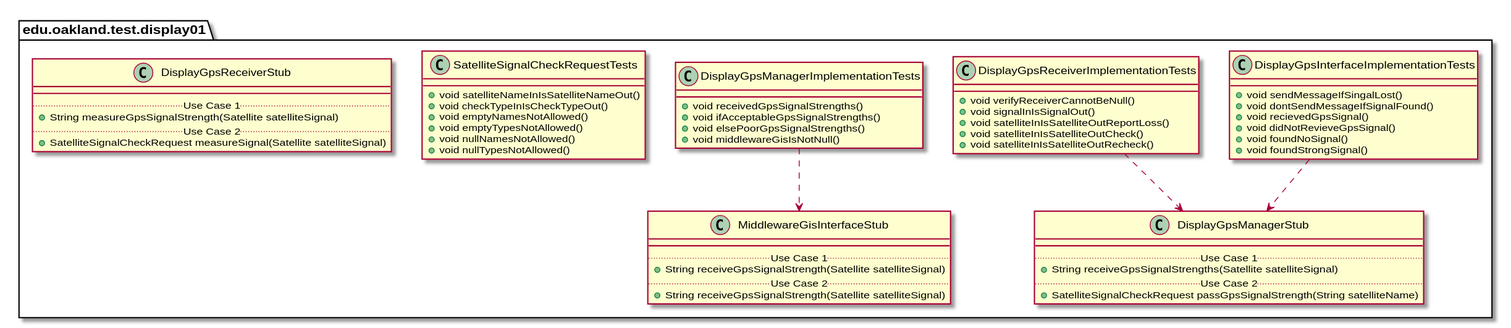
This is docs/uml-class-diagrams/display01/test/Display01TestPackage_InternalDependencies.svg from andrewdimmer/csi-3370-software-project, a PlantUML export, as it was before one commit. Source of this version:
```plantuml
@startuml Display01TestPackage_InternalDependencies

package edu.oakland.test.display01 {

}


package edu.oakland.test.display01 {
    class DisplayGpsInterfaceImplementationTests {
      + void sendMessageIfSingalLost()
      + void dontSendMessageIfSignalFound()
      + void recievedGpsSignal()
      + void didNotRevieveGpsSignal()
      + void foundNoSignal()
      + void foundStrongSignal()
    }
}



package edu.oakland.test.display01 {
    class DisplayGpsManagerStub {
        __
        .. Use Case 1 ..
        + String receiveGpsSignalStrengths(Satellite satelliteSignal)
        .. Use Case 2 ..
        + SatelliteSignalCheckRequest passGpsSignalStrength(String satelliteName)
    }
}

DisplayGpsInterfaceImplementationTests ..> DisplayGpsManagerStub

package edu.oakland.test.display01 {
    class DisplayGpsReceiverImplementationTests {
        + void verifyReceiverCannotBeNull()
        + void signalInIsSignalOut()
        + void satelliteInIsSatelliteOutReportLoss()
        + void satelliteInIsSatelliteOutCheck()
        + void satelliteInIsSatelliteOutRecheck()
    }
}


DisplayGpsReceiverImplementationTests ..> DisplayGpsManagerStub

package edu.oakland.test.display01 {
    class DisplayGpsManagerImplementationTests {
        + void receivedGpsSignalStrengths()
        + void ifAcceptableGpsSignalStrengths()
        + void elsePoorGpsSignalStrengths()
        + void middlewareGisIsNotNull()
    }
}



package edu.oakland.test.display01 {
    class MiddlewareGisInterfaceStub {
        __
        .. Use Case 1 ..
        + String receiveGpsSignalStrength(Satellite satelliteSignal)
        .. Use Case 2 ..
        + String receiveGpsSignalStrength(Satellite satelliteSignal)
    }
}

DisplayGpsManagerImplementationTests ..> MiddlewareGisInterfaceStub

package edu.oakland.test.display01 {
  class SatelliteSignalCheckRequestTests {
    + void satelliteNameInIsSatelliteNameOut()
    + void checkTypeInIsCheckTypeOut()
    + void emptyNamesNotAllowed()
    + void emptyTypesNotAllowed()
    + void nullNamesNotAllowed()
    + void nullTypesNotAllowed()
  }
}


package edu.oakland.test.display01 {
    class DisplayGpsReceiverStub {
        __
        .. Use Case 1 ..
        + String measureGpsSignalStrength(Satellite satelliteSignal)
        .. Use Case 2 ..
        + SatelliteSignalCheckRequest measureSignal(Satellite satelliteSignal)
    }
}


@enduml
```
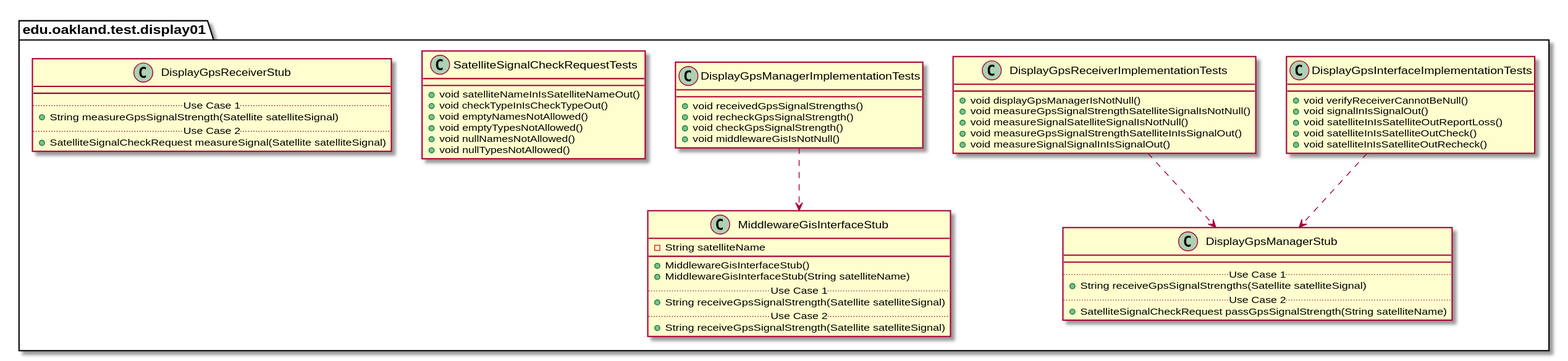
Above is the later version.

The edit, as a diff of the source:
```diff
@@ -7,12 +7,11 @@
 
 package edu.oakland.test.display01 {
     class DisplayGpsInterfaceImplementationTests {
-      + void sendMessageIfSingalLost()
-      + void dontSendMessageIfSignalFound()
-      + void recievedGpsSignal()
-      + void didNotRevieveGpsSignal()
-      + void foundNoSignal()
-      + void foundStrongSignal()
+      + void verifyReceiverCannotBeNull()
+      + void signalInIsSignalOut()
+      + void satelliteInIsSatelliteOutReportLoss()
+      + void satelliteInIsSatelliteOutCheck()
+      + void satelliteInIsSatelliteOutRecheck()
     }
 }
 
@@ -32,11 +31,11 @@
 
 package edu.oakland.test.display01 {
     class DisplayGpsReceiverImplementationTests {
-        + void verifyReceiverCannotBeNull()
-        + void signalInIsSignalOut()
-        + void satelliteInIsSatelliteOutReportLoss()
-        + void satelliteInIsSatelliteOutCheck()
-        + void satelliteInIsSatelliteOutRecheck()
+        + void displayGpsManagerIsNotNull()
+        + void measureGpsSignalStrengthSatelliteSignalIsNotNull()
+        + void measureSignalSatelliteSignalIsNotNull()
+        + void measureGpsSignalStrengthSatelliteInIsSignalOut()
+        + void measureSignalSignalInIsSignalOut()
     }
 }
 
@@ -46,8 +45,8 @@
 package edu.oakland.test.display01 {
     class DisplayGpsManagerImplementationTests {
         + void receivedGpsSignalStrengths()
-        + void ifAcceptableGpsSignalStrengths()
-        + void elsePoorGpsSignalStrengths()
+        + void recheckGpsSignalStrength()
+        + void checkGpsSignalStrength()
         + void middlewareGisIsNotNull()
     }
 }
@@ -56,7 +55,10 @@
 
 package edu.oakland.test.display01 {
     class MiddlewareGisInterfaceStub {
+        - String satelliteName
         __
+        + MiddlewareGisInterfaceStub()
+        + MiddlewareGisInterfaceStub(String satelliteName)
         .. Use Case 1 ..
         + String receiveGpsSignalStrength(Satellite satelliteSignal)
         .. Use Case 2 ..
```
